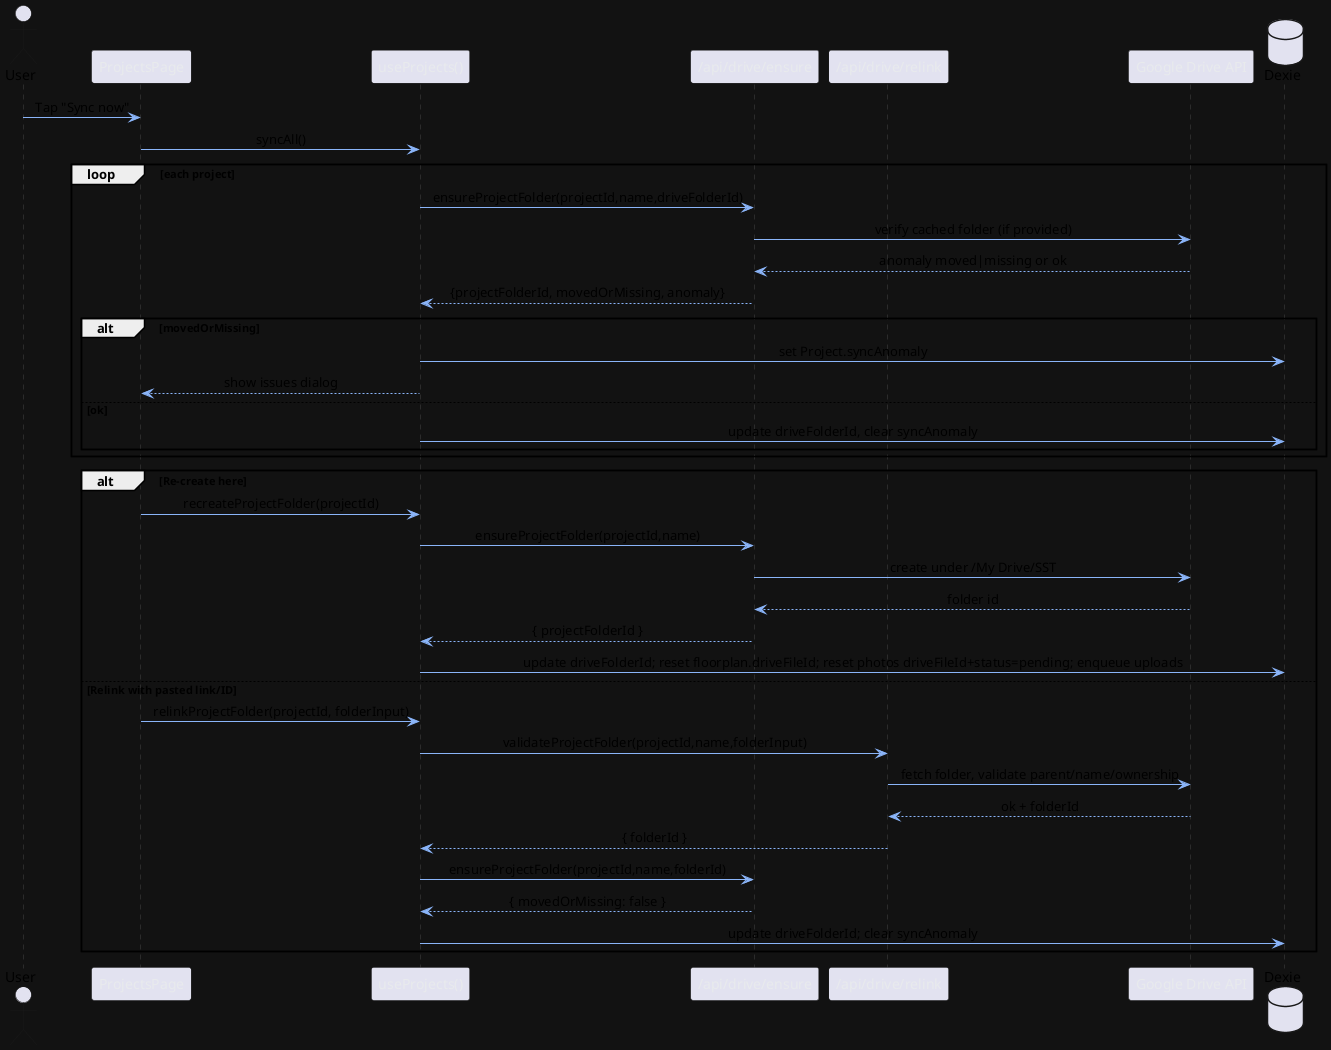
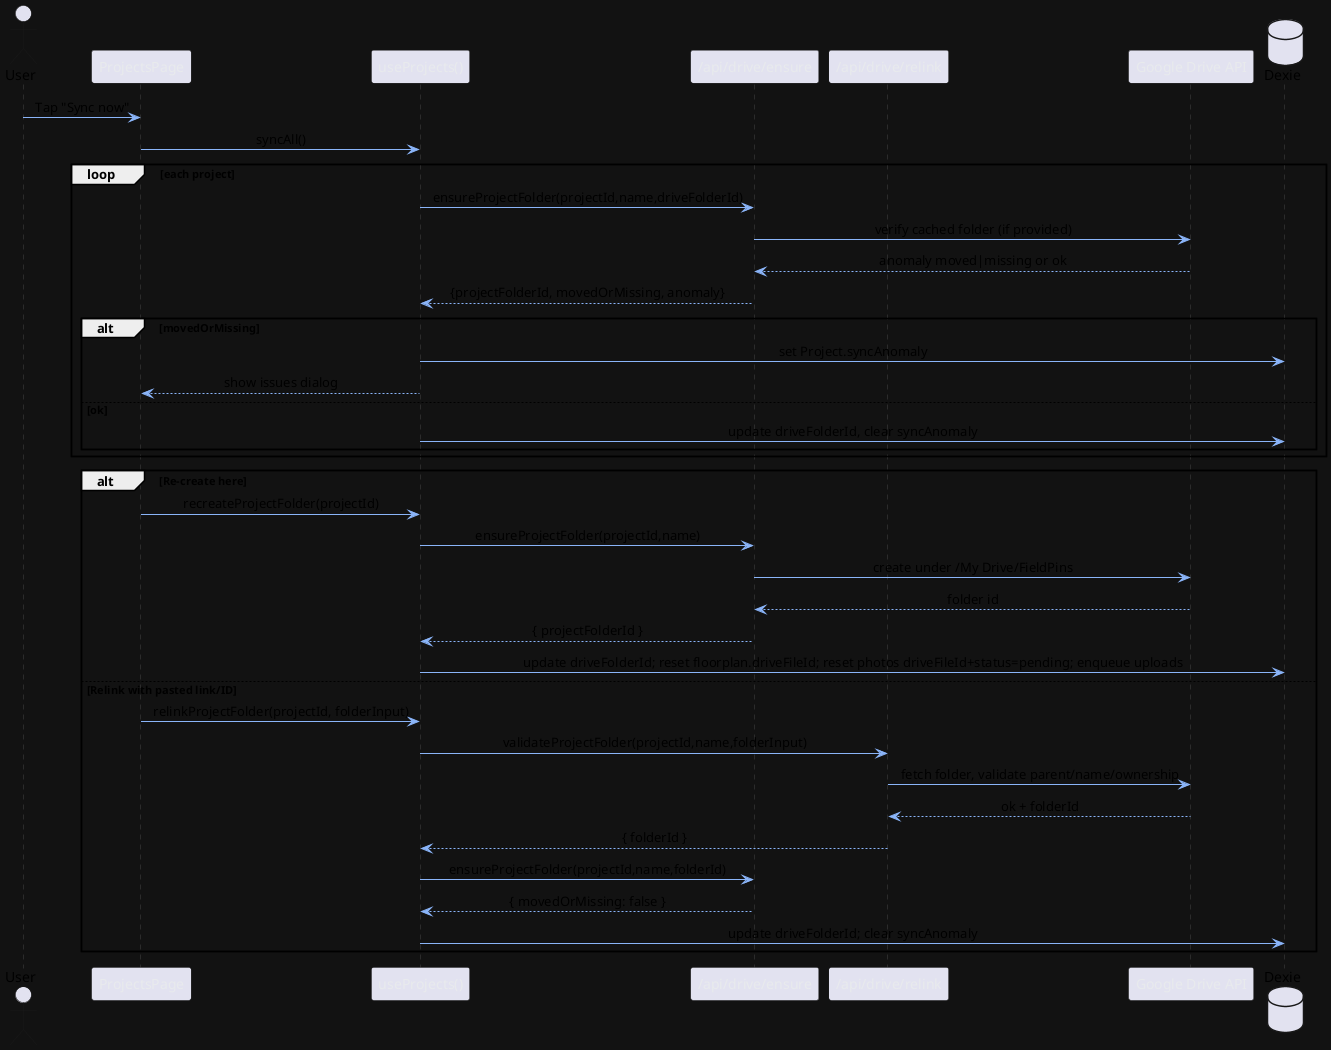
@startuml MovedRelink
skinparam backgroundColor #121212
skinparam sequenceMessageAlign center
skinparam sequenceArrowColor #8AB4F8
skinparam sequenceLifeLineBorderColor #444444
skinparam sequenceLifeLineBackgroundColor #1E1E1E
skinparam ParticipantFontColor #E8EAED

actor User as U
participant ProjectsPage as Projects
participant "useProjects()" as Hook
participant "/api/drive/ensure" as Ensure
participant "/api/drive/relink" as Relink
participant "Google Drive API" as GD
database Dexie as DB

U -> Projects: Tap "Sync now"
Projects -> Hook: syncAll()
loop each project
  Hook -> Ensure: ensureProjectFolder(projectId,name,driveFolderId)
  Ensure -> GD: verify cached folder (if provided)
  GD --> Ensure: anomaly moved|missing or ok
  Ensure --> Hook: {projectFolderId, movedOrMissing, anomaly}
  alt movedOrMissing
    Hook -> DB: set Project.syncAnomaly
    Hook --> Projects: show issues dialog
  else ok
    Hook -> DB: update driveFolderId, clear syncAnomaly
  end
end

alt Re-create here
  Projects -> Hook: recreateProjectFolder(projectId)
  Hook -> Ensure: ensureProjectFolder(projectId,name)
-   Ensure -> GD: create under /My Drive/SST
+   Ensure -> GD: create under /My Drive/FieldPins
  GD --> Ensure: folder id
  Ensure --> Hook: { projectFolderId }
  Hook -> DB: update driveFolderId; reset floorplan.driveFileId; reset photos driveFileId+status=pending; enqueue uploads
else Relink with pasted link/ID
  Projects -> Hook: relinkProjectFolder(projectId, folderInput)
  Hook -> Relink: validateProjectFolder(projectId,name,folderInput)
  Relink -> GD: fetch folder, validate parent/name/ownership
  GD --> Relink: ok + folderId
  Relink --> Hook: { folderId }
  Hook -> Ensure: ensureProjectFolder(projectId,name,folderId)
  Ensure --> Hook: { movedOrMissing: false }
  Hook -> DB: update driveFolderId; clear syncAnomaly
end
@enduml

